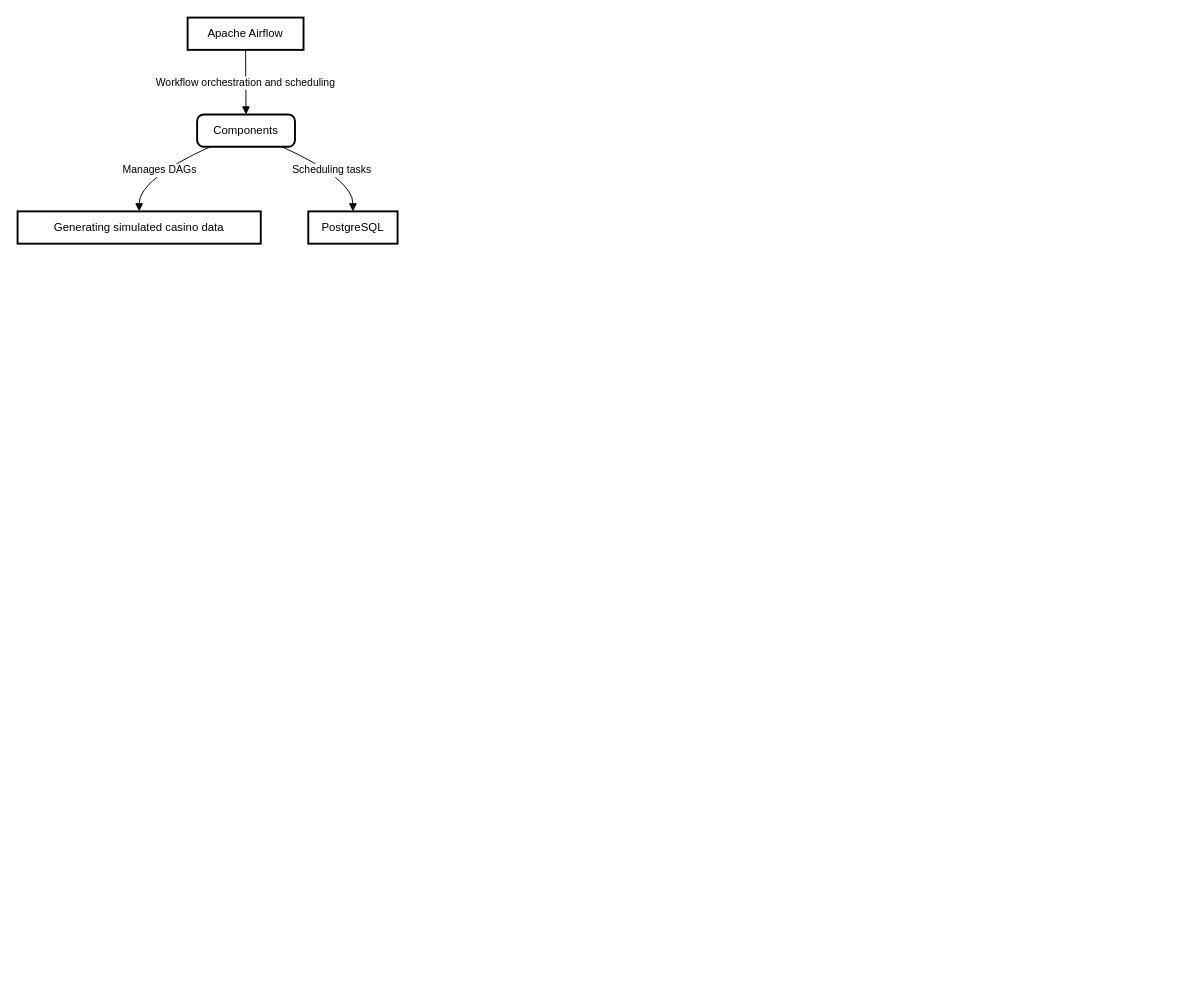
Above: assets/ai_data_platform.drawio in zerafachris/ai_data_platform (draw.io), before the change. Source tidied: cells renumbered, new cells numbered last; positions are measured from the earlier drawing's top-left corner, leaving out a move shared by most shapes. Both pictures are drawn from the tidied source at 95%, with x=0, y=0 at pixel (17, 17).
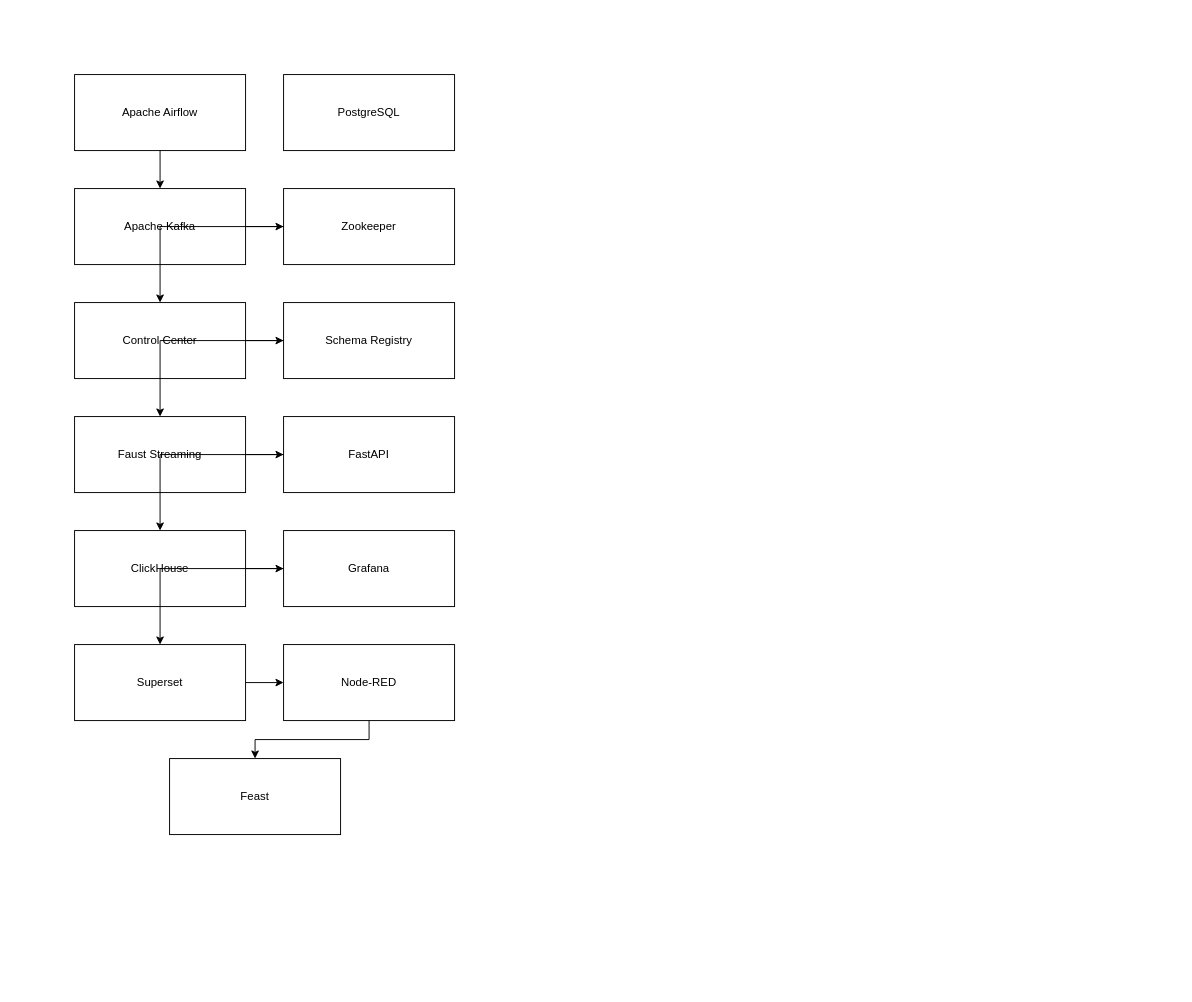
The same page after the edit.

Diff of the diagram source:
```diff
@@
+    <mxCell id="9" style="group;" parent="1" vertex="1">
+      <mxGeometry x="20" y="20" width="1200" height="1000" as="geometry" />
+    </mxCell>
-    <mxCell id="2" value="Apache Airflow" style="whiteSpace=wrap;strokeWidth=2;" parent="1" vertex="1">
-      <mxGeometry x="179" width="122" height="34" as="geometry" />
+    <mxCell id="2" value="Apache Airflow" style="rounded=0;whiteSpace=wrap;html=1;strokeColor=#000000;fillColor=#ffffff;" parent="9" vertex="1">
+      <mxGeometry x="40" y="40" width="180" height="80" as="geometry" />
     </mxCell>
-    <mxCell id="3" value="Components" style="rounded=1;absoluteArcSize=1;arcSize=14;whiteSpace=wrap;strokeWidth=2;" parent="1" vertex="1">
-      <mxGeometry x="189" y="102" width="103" height="34" as="geometry" />
-    </mxCell>
-    <mxCell id="4" value="Generating simulated casino data" style="whiteSpace=wrap;strokeWidth=2;" parent="1" vertex="1">
-      <mxGeometry y="204" width="256" height="34" as="geometry" />
-    </mxCell>
-    <mxCell id="5" value="PostgreSQL" style="whiteSpace=wrap;strokeWidth=2;" parent="1" vertex="1">
-      <mxGeometry x="306" y="204" width="94" height="34" as="geometry" />
+    <mxCell id="5" value="PostgreSQL" style="rounded=0;whiteSpace=wrap;html=1;strokeColor=#000000;fillColor=#ffffff;" parent="9" vertex="1">
+      <mxGeometry x="260" y="40" width="180" height="80" as="geometry" />
     </mxCell>
-    <mxCell id="6" value="Workflow orchestration and scheduling" style="curved=1;startArrow=none;endArrow=block;exitX=0.5;exitY=0.99;entryX=0.5;entryY=0;" parent="1" edge="1" source="2" target="3">
-      <mxGeometry relative="1" as="geometry" />
-    </mxCell>
-    <mxCell id="7" value="Manages DAGs" style="curved=1;startArrow=none;endArrow=block;exitX=0.14;exitY=0.99;entryX=0.5;entryY=0;" parent="1" edge="1" source="3" target="4">
-      <mxGeometry relative="1" as="geometry">
-        <Array as="points">
-          <mxPoint x="128" y="170" />
-        </Array>
-      </mxGeometry>
-    </mxCell>
-    <mxCell id="8" value="Scheduling tasks" style="curved=1;startArrow=none;endArrow=block;exitX=0.86;exitY=0.99;entryX=0.5;entryY=0;" parent="1" edge="1" source="3" target="5">
-      <mxGeometry relative="1" as="geometry">
-        <Array as="points">
-          <mxPoint x="353" y="170" />
-        </Array>
-      </mxGeometry>
-    </mxCell>
+    <mxCell id="10" value="Apache Kafka" style="rounded=0;whiteSpace=wrap;html=1;strokeColor=#000000;fillColor=#ffffff;" parent="9" vertex="1">
+      <mxGeometry x="40" y="160" width="180" height="80" as="geometry" />
+    </mxCell>
+    <mxCell id="11" value="Zookeeper" style="rounded=0;whiteSpace=wrap;html=1;strokeColor=#000000;fillColor=#ffffff;" parent="9" vertex="1">
+      <mxGeometry x="260" y="160" width="180" height="80" as="geometry" />
+    </mxCell>
+    <mxCell id="12" value="Control Center" style="rounded=0;whiteSpace=wrap;html=1;strokeColor=#000000;fillColor=#ffffff;" parent="9" vertex="1">
+      <mxGeometry x="40" y="280" width="180" height="80" as="geometry" />
+    </mxCell>
+    <mxCell id="13" value="Schema Registry" style="rounded=0;whiteSpace=wrap;html=1;strokeColor=#000000;fillColor=#ffffff;" parent="9" vertex="1">
+      <mxGeometry x="260" y="280" width="180" height="80" as="geometry" />
+    </mxCell>
+    <mxCell id="14" value="Faust Streaming" style="rounded=0;whiteSpace=wrap;html=1;strokeColor=#000000;fillColor=#ffffff;" parent="9" vertex="1">
+      <mxGeometry x="40" y="400" width="180" height="80" as="geometry" />
+    </mxCell>
+    <mxCell id="15" value="FastAPI" style="rounded=0;whiteSpace=wrap;html=1;strokeColor=#000000;fillColor=#ffffff;" parent="9" vertex="1">
+      <mxGeometry x="260" y="400" width="180" height="80" as="geometry" />
+    </mxCell>
+    <mxCell id="16" value="ClickHouse" style="rounded=0;whiteSpace=wrap;html=1;strokeColor=#000000;fillColor=#ffffff;" parent="9" vertex="1">
+      <mxGeometry x="40" y="520" width="180" height="80" as="geometry" />
+    </mxCell>
+    <mxCell id="17" value="Grafana" style="rounded=0;whiteSpace=wrap;html=1;strokeColor=#000000;fillColor=#ffffff;" parent="9" vertex="1">
+      <mxGeometry x="260" y="520" width="180" height="80" as="geometry" />
+    </mxCell>
+    <mxCell id="18" value="Superset" style="rounded=0;whiteSpace=wrap;html=1;strokeColor=#000000;fillColor=#ffffff;" parent="9" vertex="1">
+      <mxGeometry x="40" y="640" width="180" height="80" as="geometry" />
+    </mxCell>
+    <mxCell id="19" value="Node-RED" style="rounded=0;whiteSpace=wrap;html=1;strokeColor=#000000;fillColor=#ffffff;" parent="9" vertex="1">
+      <mxGeometry x="260" y="640" width="180" height="80" as="geometry" />
+    </mxCell>
+    <mxCell id="20" value="Feast" style="rounded=0;whiteSpace=wrap;html=1;strokeColor=#000000;fillColor=#ffffff;" parent="9" vertex="1">
+      <mxGeometry x="140" y="760" width="180" height="80" as="geometry" />
+    </mxCell>
+    <mxCell id="21" style="edgeStyle=orthogonalEdgeStyle;rounded=0;jettySize=auto;edge=1;whiteSpace=wrap;html=1;strokeColor=#000000;" parent="9" edge="1" source="2" target="10">
+      <mxGeometry relative="1" as="geometry" />
+    </mxCell>
+    <mxCell id="22" style="edgeStyle=orthogonalEdgeStyle;rounded=0;jettySize=auto;edge=1;whiteSpace=wrap;html=1;strokeColor=#000000;" parent="9" edge="1" source="10" target="11">
+      <mxGeometry relative="1" as="geometry" />
+    </mxCell>
+    <mxCell id="23" style="edgeStyle=orthogonalEdgeStyle;rounded=0;jettySize=auto;edge=1;whiteSpace=wrap;html=1;strokeColor=#000000;" parent="9" edge="1" source="11" target="12">
+      <mxGeometry relative="1" as="geometry" />
+    </mxCell>
+    <mxCell id="24" style="edgeStyle=orthogonalEdgeStyle;rounded=0;jettySize=auto;edge=1;whiteSpace=wrap;html=1;strokeColor=#000000;" parent="9" edge="1" source="12" target="13">
+      <mxGeometry relative="1" as="geometry" />
+    </mxCell>
+    <mxCell id="25" style="edgeStyle=orthogonalEdgeStyle;rounded=0;jettySize=auto;edge=1;whiteSpace=wrap;html=1;strokeColor=#000000;" parent="9" edge="1" source="13" target="14">
+      <mxGeometry relative="1" as="geometry" />
+    </mxCell>
+    <mxCell id="26" style="edgeStyle=orthogonalEdgeStyle;rounded=0;jettySize=auto;edge=1;whiteSpace=wrap;html=1;strokeColor=#000000;" parent="9" edge="1" source="14" target="15">
+      <mxGeometry relative="1" as="geometry" />
+    </mxCell>
+    <mxCell id="27" style="edgeStyle=orthogonalEdgeStyle;rounded=0;jettySize=auto;edge=1;whiteSpace=wrap;html=1;strokeColor=#000000;" parent="9" edge="1" source="15" target="16">
+      <mxGeometry relative="1" as="geometry" />
+    </mxCell>
+    <mxCell id="28" style="edgeStyle=orthogonalEdgeStyle;rounded=0;jettySize=auto;edge=1;whiteSpace=wrap;html=1;strokeColor=#000000;" parent="9" edge="1" source="16" target="17">
+      <mxGeometry relative="1" as="geometry" />
+    </mxCell>
+    <mxCell id="29" style="edgeStyle=orthogonalEdgeStyle;rounded=0;jettySize=auto;edge=1;whiteSpace=wrap;html=1;strokeColor=#000000;" parent="9" edge="1" source="17" target="18">
+      <mxGeometry relative="1" as="geometry" />
+    </mxCell>
+    <mxCell id="30" style="edgeStyle=orthogonalEdgeStyle;rounded=0;jettySize=auto;edge=1;whiteSpace=wrap;html=1;strokeColor=#000000;" parent="9" edge="1" source="18" target="19">
+      <mxGeometry relative="1" as="geometry" />
+    </mxCell>
+    <mxCell id="31" style="edgeStyle=orthogonalEdgeStyle;rounded=0;jettySize=auto;edge=1;whiteSpace=wrap;html=1;strokeColor=#000000;" parent="9" edge="1" source="19" target="20">
+      <mxGeometry relative="1" as="geometry" />
+    </mxCell>
```
